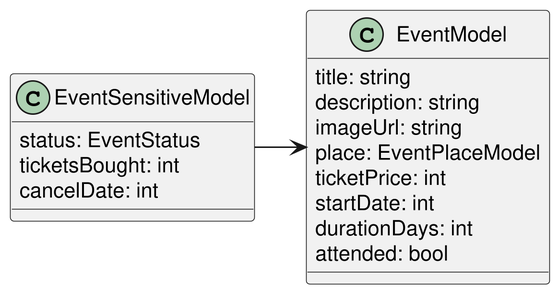
This is img/event-model.png from ai-shift/cyber-valley-tickets, a PlantUML export, as it was before one commit.
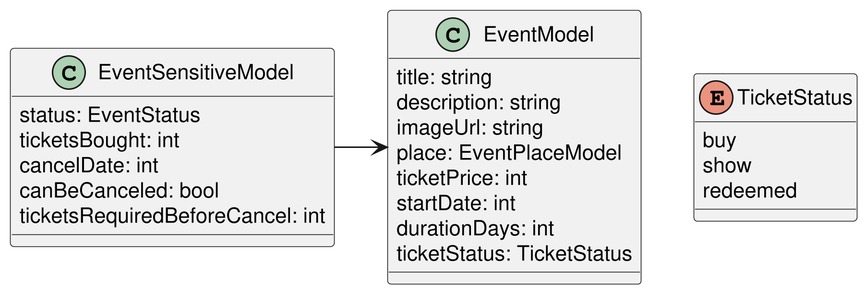
The same file after the commit.

Commit message:
add: Event page docs

The edit, as a diff of the source:
```diff
@@ -8,13 +8,21 @@
   ticketPrice: int
   startDate: int
   durationDays: int
-  attended: bool
+  ticketStatus: TicketStatus
 }
 
 class EventSensitiveModel {
   status: EventStatus
   ticketsBought: int
   cancelDate: int
+  canBeCanceled: bool
+  ticketsRequiredBeforeCancel: int
+}
+
+enum TicketStatus {
+  buy
+  show
+  redeemed
 }
 
 EventSensitiveModel -> EventModel
```
